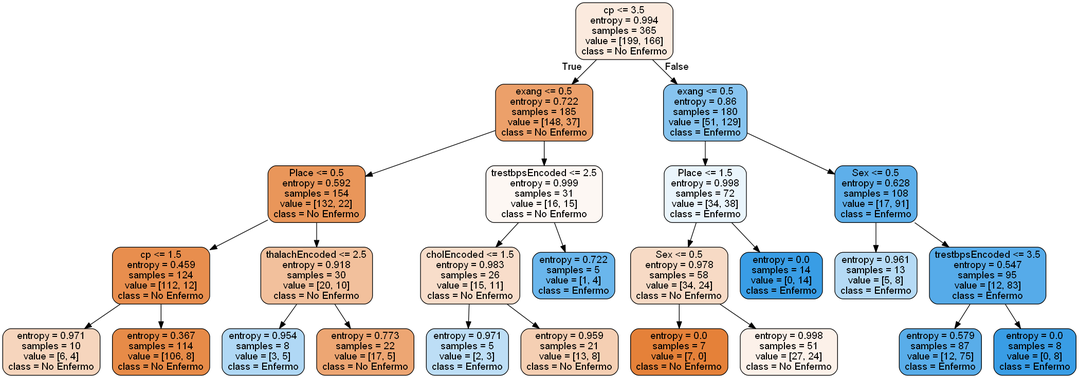
This is tree1.png from juancho270/ProyectoIA, a Graphviz export, as it was before one commit. Its source is kept beside it as tree1.dot.
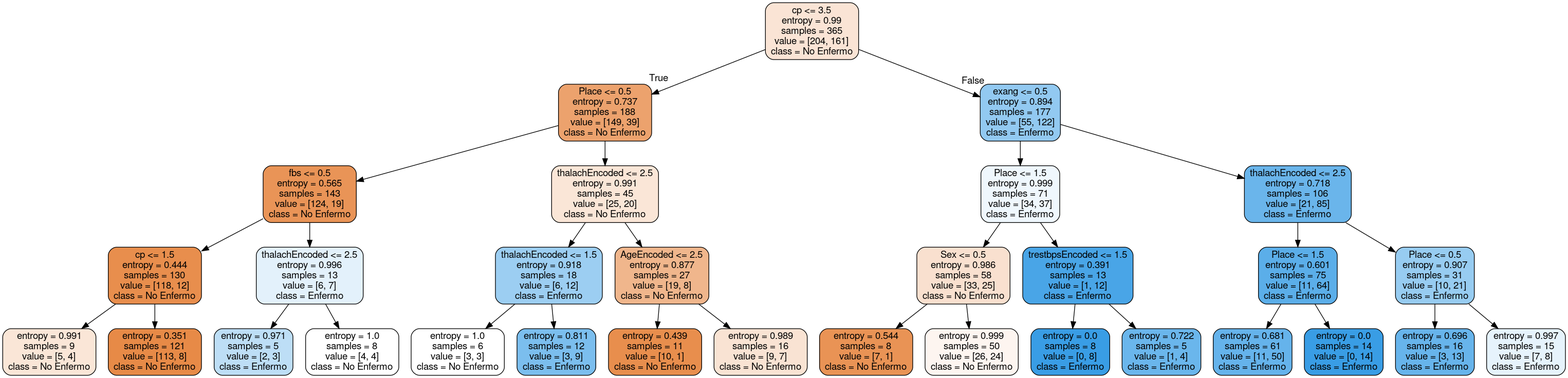
Later version of the same file.

What changed in the source:
```diff
@@ -1,53 +1,65 @@
 digraph Tree {
 node [shape=box, style="filled, rounded", color="black", fontname=helvetica] ;
 edge [fontname=helvetica] ;
-0 [label="cp <= 3.5\nentropy = 0.994\nsamples = 365\nvalue = [199, 166]\nclass = No Enfermo", fillcolor="#fbeade"] ;
-1 [label="exang <= 0.5\nentropy = 0.722\nsamples = 185\nvalue = [148, 37]\nclass = No Enfermo", fillcolor="#eca06a"] ;
+0 [label="cp <= 3.5\nentropy = 0.99\nsamples = 365\nvalue = [204, 161]\nclass = No Enfermo", fillcolor="#fae4d5"] ;
+1 [label="Place <= 0.5\nentropy = 0.737\nsamples = 188\nvalue = [149, 39]\nclass = No Enfermo", fillcolor="#eca26d"] ;
 0 -> 1 [labeldistance=2.5, labelangle=45, headlabel="True"] ;
-2 [label="Place <= 0.5\nentropy = 0.592\nsamples = 154\nvalue = [132, 22]\nclass = No Enfermo", fillcolor="#e9965a"] ;
+2 [label="fbs <= 0.5\nentropy = 0.565\nsamples = 143\nvalue = [124, 19]\nclass = No Enfermo", fillcolor="#e99457"] ;
 1 -> 2 ;
-3 [label="cp <= 1.5\nentropy = 0.459\nsamples = 124\nvalue = [112, 12]\nclass = No Enfermo", fillcolor="#e88e4e"] ;
+3 [label="cp <= 1.5\nentropy = 0.444\nsamples = 130\nvalue = [118, 12]\nclass = No Enfermo", fillcolor="#e88e4d"] ;
 2 -> 3 ;
-4 [label="entropy = 0.971\nsamples = 10\nvalue = [6, 4]\nclass = No Enfermo", fillcolor="#f6d5bd"] ;
+4 [label="entropy = 0.991\nsamples = 9\nvalue = [5, 4]\nclass = No Enfermo", fillcolor="#fae6d7"] ;
 3 -> 4 ;
-5 [label="entropy = 0.367\nsamples = 114\nvalue = [106, 8]\nclass = No Enfermo", fillcolor="#e78b48"] ;
+5 [label="entropy = 0.351\nsamples = 121\nvalue = [113, 8]\nclass = No Enfermo", fillcolor="#e78a47"] ;
 3 -> 5 ;
-6 [label="thalachEncoded <= 2.5\nentropy = 0.918\nsamples = 30\nvalue = [20, 10]\nclass = No Enfermo", fillcolor="#f2c09c"] ;
+6 [label="thalachEncoded <= 2.5\nentropy = 0.996\nsamples = 13\nvalue = [6, 7]\nclass = Enfermo", fillcolor="#e3f1fb"] ;
 2 -> 6 ;
-7 [label="entropy = 0.954\nsamples = 8\nvalue = [3, 5]\nclass = Enfermo", fillcolor="#b0d8f5"] ;
+7 [label="entropy = 0.971\nsamples = 5\nvalue = [2, 3]\nclass = Enfermo", fillcolor="#bddef6"] ;
 6 -> 7 ;
-8 [label="entropy = 0.773\nsamples = 22\nvalue = [17, 5]\nclass = No Enfermo", fillcolor="#eda673"] ;
+8 [label="entropy = 1.0\nsamples = 8\nvalue = [4, 4]\nclass = No Enfermo", fillcolor="#ffffff"] ;
 6 -> 8 ;
-9 [label="trestbpsEncoded <= 2.5\nentropy = 0.999\nsamples = 31\nvalue = [16, 15]\nclass = No Enfermo", fillcolor="#fdf7f3"] ;
+9 [label="thalachEncoded <= 2.5\nentropy = 0.991\nsamples = 45\nvalue = [25, 20]\nclass = No Enfermo", fillcolor="#fae6d7"] ;
 1 -> 9 ;
-10 [label="cholEncoded <= 1.5\nentropy = 0.983\nsamples = 26\nvalue = [15, 11]\nclass = No Enfermo", fillcolor="#f8ddca"] ;
+10 [label="thalachEncoded <= 1.5\nentropy = 0.918\nsamples = 18\nvalue = [6, 12]\nclass = Enfermo", fillcolor="#9ccef2"] ;
 9 -> 10 ;
-11 [label="entropy = 0.971\nsamples = 5\nvalue = [2, 3]\nclass = Enfermo", fillcolor="#bddef6"] ;
+11 [label="entropy = 1.0\nsamples = 6\nvalue = [3, 3]\nclass = No Enfermo", fillcolor="#ffffff"] ;
 10 -> 11 ;
-12 [label="entropy = 0.959\nsamples = 21\nvalue = [13, 8]\nclass = No Enfermo", fillcolor="#f5cfb3"] ;
+12 [label="entropy = 0.811\nsamples = 12\nvalue = [3, 9]\nclass = Enfermo", fillcolor="#7bbeee"] ;
 10 -> 12 ;
-13 [label="entropy = 0.722\nsamples = 5\nvalue = [1, 4]\nclass = Enfermo", fillcolor="#6ab6ec"] ;
+13 [label="AgeEncoded <= 2.5\nentropy = 0.877\nsamples = 27\nvalue = [19, 8]\nclass = No Enfermo", fillcolor="#f0b68c"] ;
 9 -> 13 ;
-14 [label="exang <= 0.5\nentropy = 0.86\nsamples = 180\nvalue = [51, 129]\nclass = Enfermo", fillcolor="#87c4ef"] ;
-0 -> 14 [labeldistance=2.5, labelangle=-45, headlabel="False"] ;
-15 [label="Place <= 1.5\nentropy = 0.998\nsamples = 72\nvalue = [34, 38]\nclass = Enfermo", fillcolor="#eaf5fc"] ;
-14 -> 15 ;
-16 [label="Sex <= 0.5\nentropy = 0.978\nsamples = 58\nvalue = [34, 24]\nclass = No Enfermo", fillcolor="#f7dac5"] ;
-15 -> 16 ;
-17 [label="entropy = 0.0\nsamples = 7\nvalue = [7, 0]\nclass = No Enfermo", fillcolor="#e58139"] ;
+14 [label="entropy = 0.439\nsamples = 11\nvalue = [10, 1]\nclass = No Enfermo", fillcolor="#e88e4d"] ;
+13 -> 14 ;
+15 [label="entropy = 0.989\nsamples = 16\nvalue = [9, 7]\nclass = No Enfermo", fillcolor="#f9e3d3"] ;
+13 -> 15 ;
+16 [label="exang <= 0.5\nentropy = 0.894\nsamples = 177\nvalue = [55, 122]\nclass = Enfermo", fillcolor="#92c9f1"] ;
+0 -> 16 [labeldistance=2.5, labelangle=-45, headlabel="False"] ;
+17 [label="Place <= 1.5\nentropy = 0.999\nsamples = 71\nvalue = [34, 37]\nclass = Enfermo", fillcolor="#eff7fd"] ;
 16 -> 17 ;
-18 [label="entropy = 0.998\nsamples = 51\nvalue = [27, 24]\nclass = No Enfermo", fillcolor="#fcf1e9"] ;
-16 -> 18 ;
-19 [label="entropy = 0.0\nsamples = 14\nvalue = [0, 14]\nclass = Enfermo", fillcolor="#399de5"] ;
-15 -> 19 ;
-20 [label="Sex <= 0.5\nentropy = 0.628\nsamples = 108\nvalue = [17, 91]\nclass = Enfermo", fillcolor="#5eafea"] ;
-14 -> 20 ;
-21 [label="entropy = 0.961\nsamples = 13\nvalue = [5, 8]\nclass = Enfermo", fillcolor="#b5daf5"] ;
-20 -> 21 ;
-22 [label="trestbpsEncoded <= 3.5\nentropy = 0.547\nsamples = 95\nvalue = [12, 83]\nclass = Enfermo", fillcolor="#56abe9"] ;
-20 -> 22 ;
-23 [label="entropy = 0.579\nsamples = 87\nvalue = [12, 75]\nclass = Enfermo", fillcolor="#59ade9"] ;
-22 -> 23 ;
-24 [label="entropy = 0.0\nsamples = 8\nvalue = [0, 8]\nclass = Enfermo", fillcolor="#399de5"] ;
-22 -> 24 ;
+18 [label="Sex <= 0.5\nentropy = 0.986\nsamples = 58\nvalue = [33, 25]\nclass = No Enfermo", fillcolor="#f9e0cf"] ;
+17 -> 18 ;
+19 [label="entropy = 0.544\nsamples = 8\nvalue = [7, 1]\nclass = No Enfermo", fillcolor="#e99355"] ;
+18 -> 19 ;
+20 [label="entropy = 0.999\nsamples = 50\nvalue = [26, 24]\nclass = No Enfermo", fillcolor="#fdf5f0"] ;
+18 -> 20 ;
+21 [label="trestbpsEncoded <= 1.5\nentropy = 0.391\nsamples = 13\nvalue = [1, 12]\nclass = Enfermo", fillcolor="#49a5e7"] ;
+17 -> 21 ;
+22 [label="entropy = 0.0\nsamples = 8\nvalue = [0, 8]\nclass = Enfermo", fillcolor="#399de5"] ;
+21 -> 22 ;
+23 [label="entropy = 0.722\nsamples = 5\nvalue = [1, 4]\nclass = Enfermo", fillcolor="#6ab6ec"] ;
+21 -> 23 ;
+24 [label="thalachEncoded <= 2.5\nentropy = 0.718\nsamples = 106\nvalue = [21, 85]\nclass = Enfermo", fillcolor="#6ab5eb"] ;
+16 -> 24 ;
+25 [label="Place <= 1.5\nentropy = 0.601\nsamples = 75\nvalue = [11, 64]\nclass = Enfermo", fillcolor="#5baee9"] ;
+24 -> 25 ;
+26 [label="entropy = 0.681\nsamples = 61\nvalue = [11, 50]\nclass = Enfermo", fillcolor="#65b3eb"] ;
+25 -> 26 ;
+27 [label="entropy = 0.0\nsamples = 14\nvalue = [0, 14]\nclass = Enfermo", fillcolor="#399de5"] ;
+25 -> 27 ;
+28 [label="Place <= 0.5\nentropy = 0.907\nsamples = 31\nvalue = [10, 21]\nclass = Enfermo", fillcolor="#97ccf1"] ;
+24 -> 28 ;
+29 [label="entropy = 0.696\nsamples = 16\nvalue = [3, 13]\nclass = Enfermo", fillcolor="#67b4eb"] ;
+28 -> 29 ;
+30 [label="entropy = 0.997\nsamples = 15\nvalue = [7, 8]\nclass = Enfermo", fillcolor="#e6f3fc"] ;
+28 -> 30 ;
 }
```
